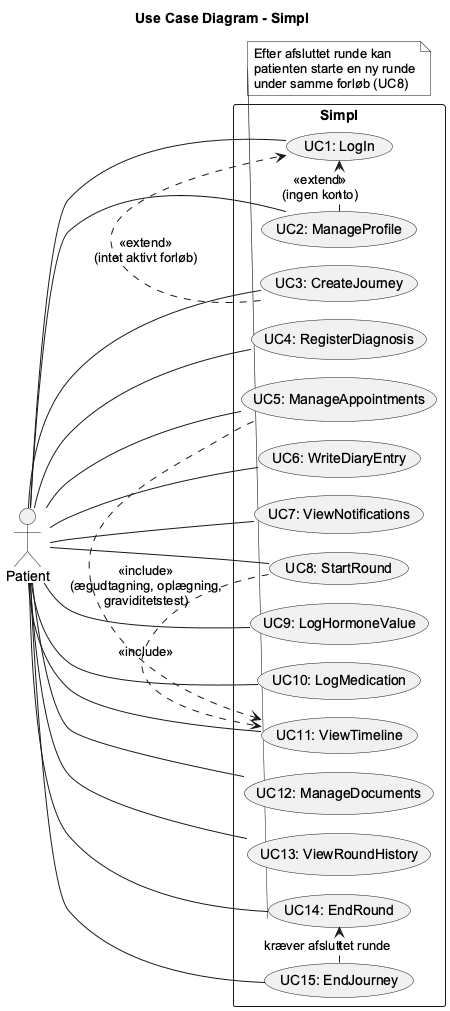
The PlantUML diagram doc/dynamic/Usecase.png in BesimaP/Simpl-PET-project, before a commit. Source of this version:
```plantuml
@startuml
!pragma layout smetana
skinparam shadowing false
skinparam monochrome true
skinparam defaultFontName Arial
left to right direction

title Use Case Diagram - Simpl

actor "Patient" as u

rectangle "Simpl" {
  usecase "UC1: LogIn" as UC1
  usecase "UC2: ManageProfile" as UC2
  usecase "UC3: CreateJourney" as UC3
  usecase "UC4: RegisterDiagnosis" as UC4
  usecase "UC5: ManageAppointments" as UC5
  usecase "UC6: WriteDiaryEntry" as UC6
  usecase "UC7: ViewNotifications" as UC7
  usecase "UC8: StartRound" as UC8
  usecase "UC9: LogHormoneValue" as UC9
  usecase "UC10: LogMedication" as UC10
  usecase "UC11: ViewTimeline" as UC11
  usecase "UC12: ManageDocuments" as UC12
  usecase "UC13: ViewRoundHistory" as UC13
  usecase "UC14: EndRound" as UC14
  usecase "UC15: EndJourney" as UC15
}

u -- UC1
u -- UC2
u -- UC3
u -- UC4
u -- UC5
u -- UC6
u -- UC7
u -- UC8
u -- UC9
u -- UC10
u -- UC11
u -- UC12
u -- UC13
u -- UC14
u -- UC15

UC2 .> UC1 : <<extend>>\n(ingen konto)
UC3 .> UC1 : <<extend>>\n(intet aktivt forløb)

UC8 .> UC11 : <<include>>
UC5 .> UC11 : <<include>>\n(ægudtagning, oplægning,\ngraviditetstest)

UC15 .> UC14 : kræver afsluttet runde

note bottom of UC14
  Efter afsluttet runde kan
  patienten starte en ny runde
  under samme forløb (UC8)
end note

@enduml
```
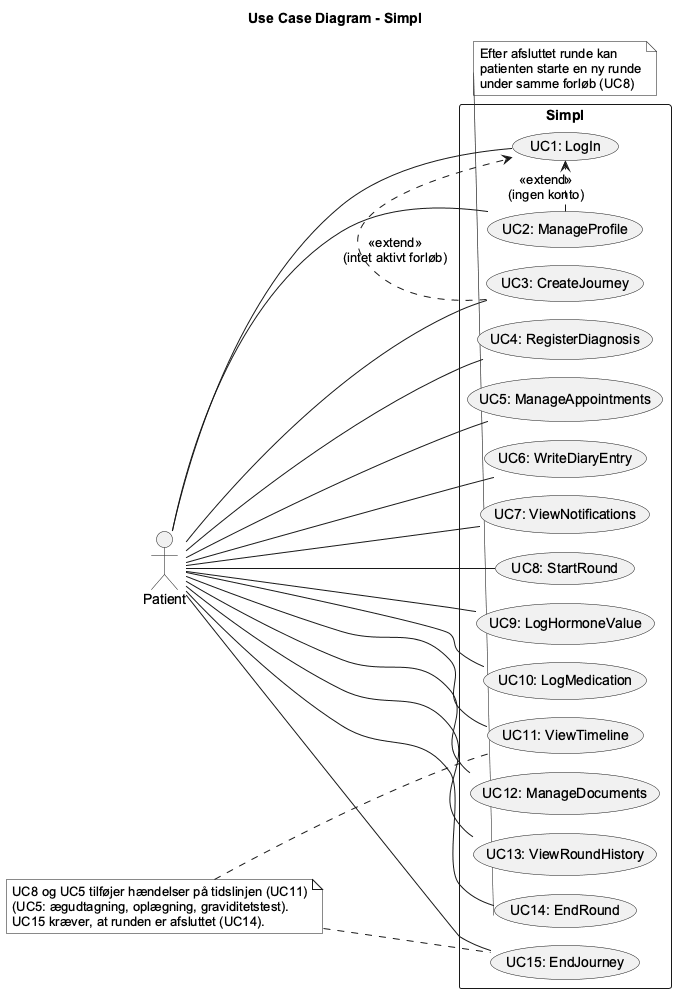
After the commit.

The edit, as a diff of the source:
```diff
@@ -46,10 +46,9 @@
 UC2 .> UC1 : <<extend>>\n(ingen konto)
 UC3 .> UC1 : <<extend>>\n(intet aktivt forløb)
 
-UC8 .> UC11 : <<include>>
-UC5 .> UC11 : <<include>>\n(ægudtagning, oplægning,\ngraviditetstest)
-
-UC15 .> UC14 : kræver afsluttet runde
+note "UC8 og UC5 tilføjer hændelser på tidslinjen (UC11)\n(UC5: ægudtagning, oplægning, graviditetstest).\nUC15 kræver, at runden er afsluttet (UC14)." as N1
+N1 .. UC11
+N1 .. UC15
 
 note bottom of UC14
   Efter afsluttet runde kan
```
